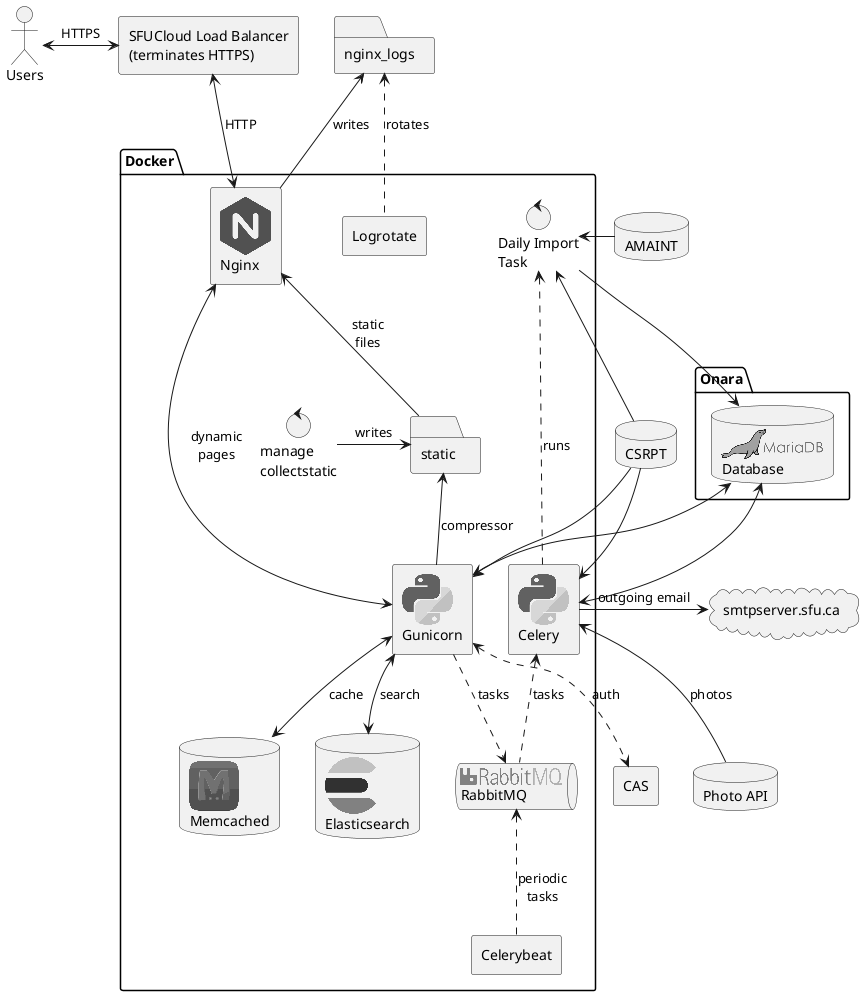
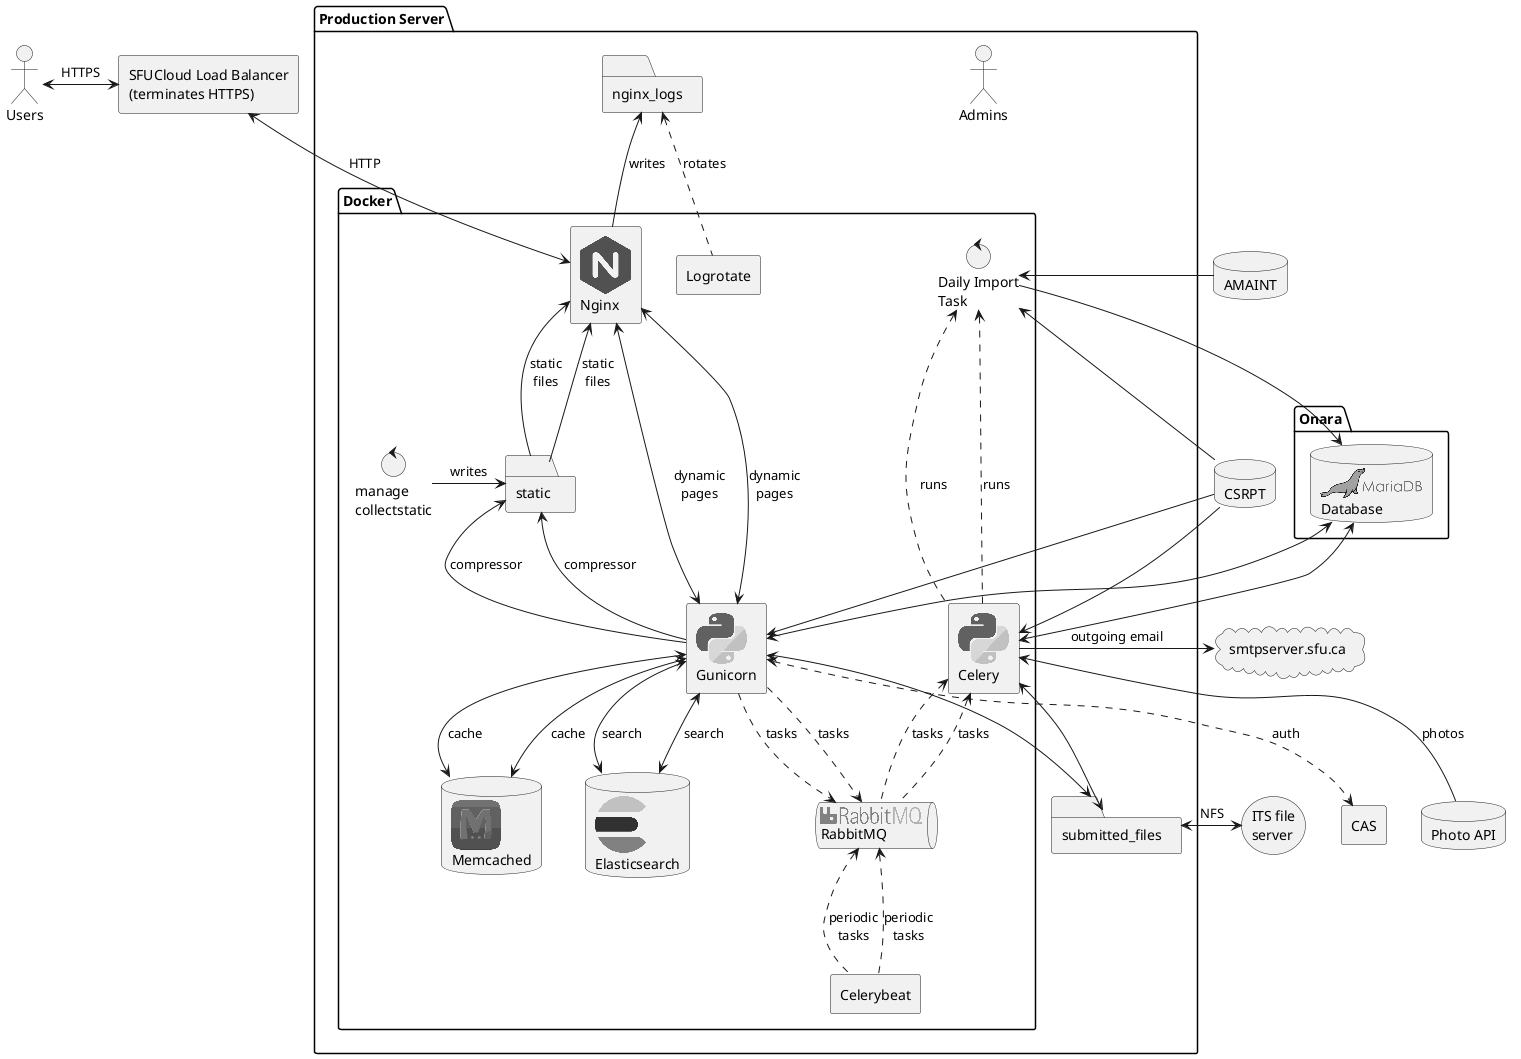
' To generate diagram:
' sudo apt install plantuml
' plantuml arch.puml

' https://github.com/plantuml/plantuml-stdlib/tree/master/stdlib/logos

@startuml

!include <logos/nginx>
!include <logos/gunicorn>
!include <logos/django>
!include <logos/rabbitmq>
!include <logos/ruby>
!include <logos/python>
!include <logos/rabbitmq>
!include <logos/memcached>
!include <logos/elasticsearch>
!include <logos/mariadb>

actor Users as users

agent "SFUCloud Load Balancer\n(terminates HTTPS)" as lb

users <-> lb : HTTPS
+ 
+ package "Production Server" {
+     actor Admins
+     package "Docker" {
+         folder "static" as static
+         control "Daily Import\nTask" as import
+ 
+         agent "<$python>\nCelery\nworkers" as celery
+         agent "Celerybeat" as celerybeat
+         agent "<$nginx>\nNginx" as nginx
+         agent "<$python>\nGunicorn" as gunicorn
+ 
+         queue "<$rabbitmq>\nRabbitMQ" as rabbitmq
+         database "<$memcached>\nMemcached" as memcached
+         database "<$elasticsearch>\nElasticsearch" as elasticsearch
+         agent "Logrotate" as logrotate
+ 
+         static <-- gunicorn  : "compressor"
+         'gunicorn --> static : "compressor"
+         nginx <-- static : "static\nfiles"
+         nginx <---> gunicorn : "dynamic\npages"
+ 
+         gunicorn ..> rabbitmq : tasks
+         celery <.. rabbitmq : tasks
+         gunicorn <--> memcached : cache
+         gunicorn <--> elasticsearch : search
+         rabbitmq <.. celerybeat : periodic\ntasks
+         import <... celery : runs
+ 
+         control "manage\ncollectstatic" as collectstatic
+     }
+ 
+     folder "nginx_logs" as nginx_logs
+     nginx_logs <-- nginx : writes
+     nginx_logs <.. logrotate : rotates
+ 
+     folder "submitted_files" as files
+     gunicorn <--> files
+     celery <--> files
+ 
+ }

package "Onara" {
    database "<$mariadb>\nDatabase" as db
}

package "Docker" {
    folder "static" as static
    control "Daily Import\nTask" as import

    agent "<$python>\nCelery" as celery
    agent "Celerybeat" as celerybeat
    agent "<$nginx>\nNginx" as nginx
    agent "<$python>\nGunicorn" as gunicorn

    queue "<$rabbitmq>\nRabbitMQ" as rabbitmq
    database "<$memcached>\nMemcached" as memcached
    database "<$elasticsearch>\nElasticsearch" as elasticsearch
    agent "Logrotate" as logrotate

    static <-- gunicorn  : "compressor"
    'gunicorn --> static : "compressor"
    nginx <-- static : "static\nfiles"
    nginx <---> gunicorn : "dynamic\npages"

    gunicorn ..> rabbitmq : tasks
    celery <.. rabbitmq : tasks
    gunicorn <--> memcached : cache
    gunicorn <--> elasticsearch : search
    rabbitmq <.. celerybeat : periodic\ntasks
    import <... celery : runs

    control "manage\ncollectstatic" as collectstatic
}

lb <--> nginx : HTTP
db <--> gunicorn
db <--> celery
import --> db

database "CSRPT" as csrpt
agent "CAS" as cas
database "Photo API" as photo
database "AMAINT" as amaint
cloud "smtpserver.sfu.ca" as email

- 
import <-- csrpt
csrpt --> celery
csrpt --> gunicorn
gunicorn <..> cas : auth
celery <-- photo : photos
email <- celery : "outgoing email"
import <- amaint

'static <- collectstatic : "writes"
collectstatic -> static : "writes"

- folder "nginx_logs" as nginx_logs
- nginx_logs <-- nginx : writes
- nginx_logs <.. logrotate : rotates
+ storage "ITS file\nserver" as nfs
+ nfs <-> files : NFS

@enduml
